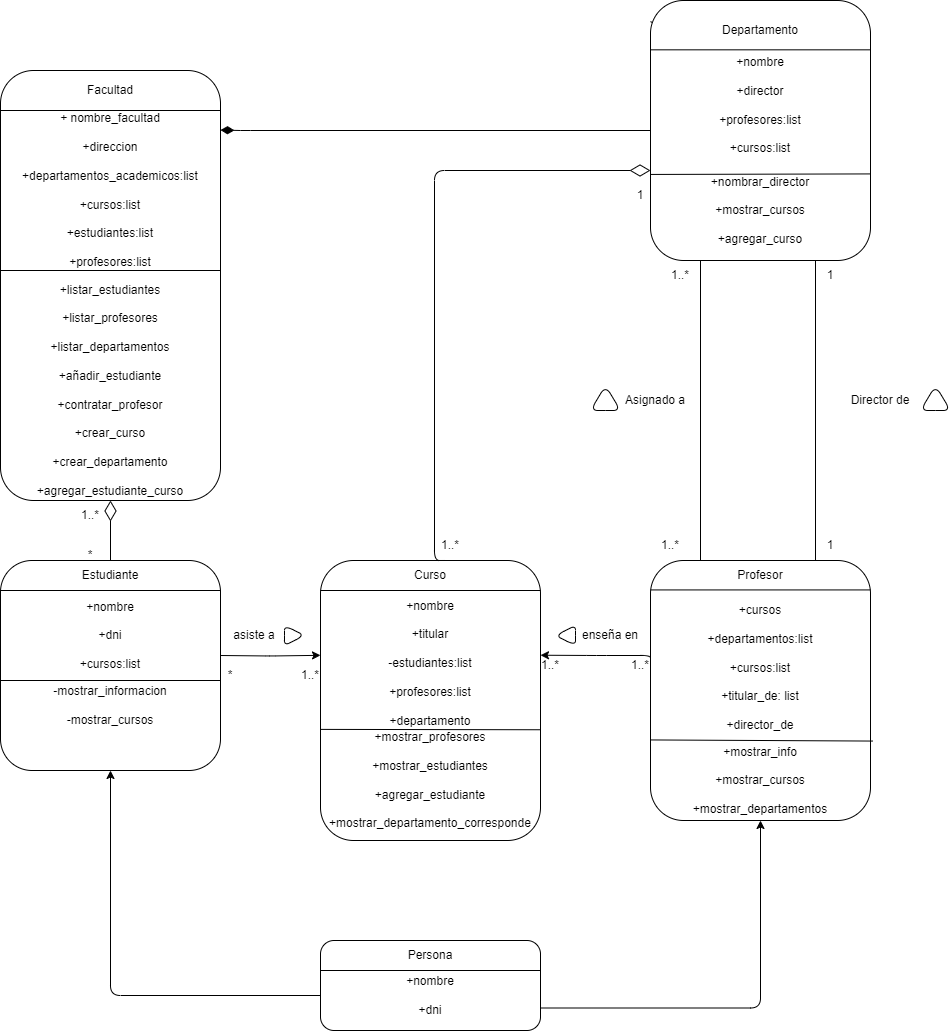
Before: TrabajoPractico_2/proyecto_2.1/docs/UMLproblema1.drawio.png, a diagram exported from draw.io (AgustinG178/pa_2025c1_practica). Source tidied: cells renumbered, new cells last; positions are measured from the earlier drawing's top-left corner, leaving out a move shared by most shapes.
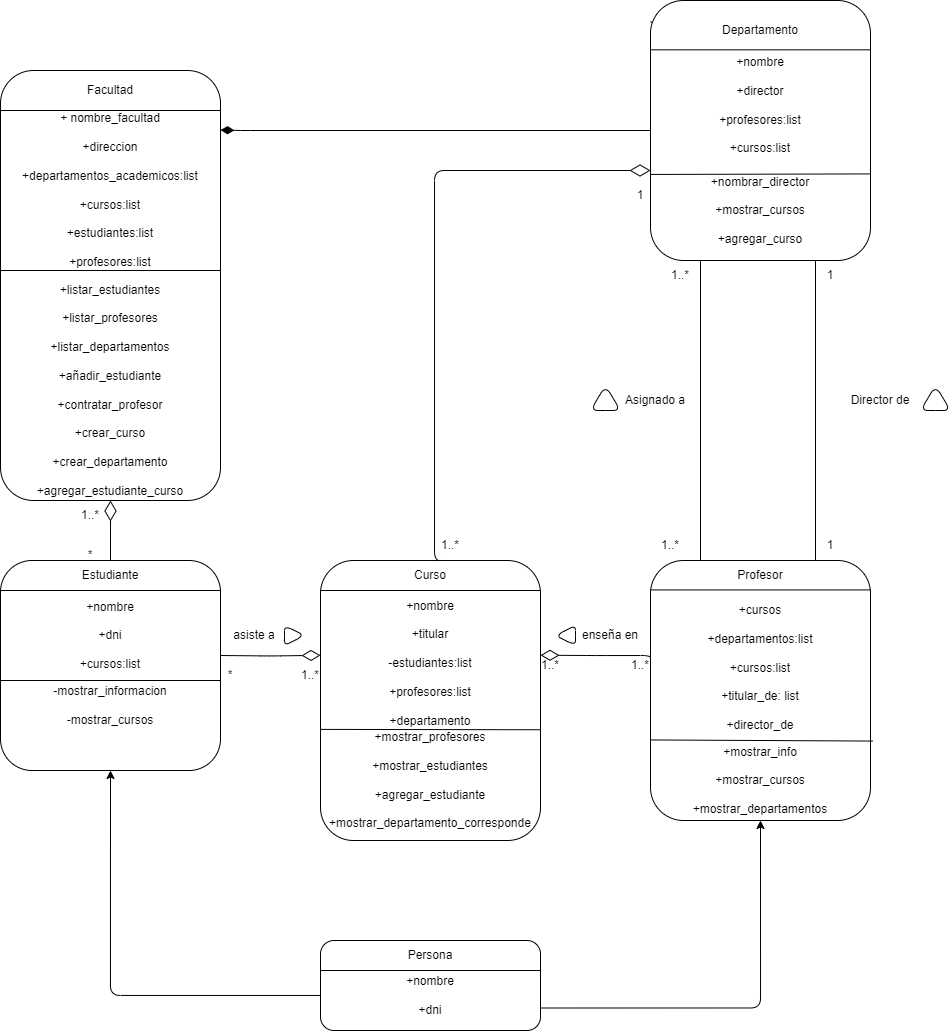
Later version of the same file.

Diff of the diagram source:
```diff
@@ -156,7 +156,7 @@
     <mxCell id="43" style="triangle;whiteSpace=wrap;html=1;direction=north;fillColor=light-dark(#FFFFFF,#FFFFFF);gradientColor=none;gradientDirection=west;rounded=1;" parent="1" vertex="1">
       <mxGeometry x="590" y="385" width="30" height="25" as="geometry" />
     </mxCell>
-    <mxCell id="44" style="edgeStyle=orthogonalEdgeStyle;rounded=1;jettySize=auto;html=1;exitX=0;exitY=0.5;exitDx=0;exitDy=0;" parent="1" edge="1" source="26">
+    <mxCell id="44" style="edgeStyle=orthogonalEdgeStyle;rounded=1;jettySize=auto;html=1;exitX=0;exitY=0.5;exitDx=0;exitDy=0;endArrow=diamondThin;endFill=0;endSize=16;" parent="1" edge="1" source="26">
       <mxGeometry relative="1" as="geometry">
         <mxPoint x="540" y="654.7" as="targetPoint" />
         <Array as="points">
@@ -171,7 +171,7 @@
     <mxCell id="46" value="enseña en" style="text;html=1;align=center;verticalAlign=middle;whiteSpace=wrap;rounded=1;" parent="1" vertex="1">
       <mxGeometry x="580" y="620" width="60" height="30" as="geometry" />
     </mxCell>
-    <mxCell id="47" style="edgeStyle=orthogonalEdgeStyle;rounded=1;orthogonalLoop=1;jettySize=auto;html=1;" parent="1" edge="1">
+    <mxCell id="47" style="edgeStyle=orthogonalEdgeStyle;rounded=1;orthogonalLoop=1;jettySize=auto;html=1;endArrow=diamondThin;endFill=0;endSize=16;" parent="1" edge="1">
       <mxGeometry relative="1" as="geometry">
         <mxPoint x="220" y="655" as="sourcePoint" />
         <mxPoint x="320" y="654.8" as="targetPoint" />
```
